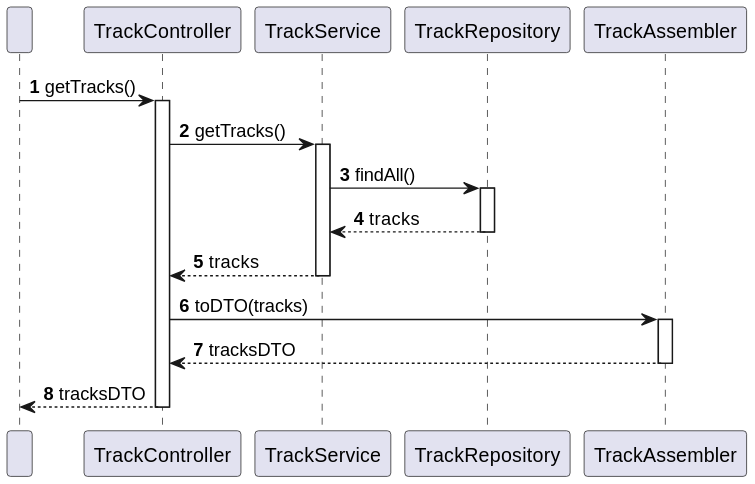
This is docs/useCases/uc01_getAllTracks/sd_uc01_v1.svg from olivDiogo/lap-time-simulator, a PlantUML export, as it was before one commit.
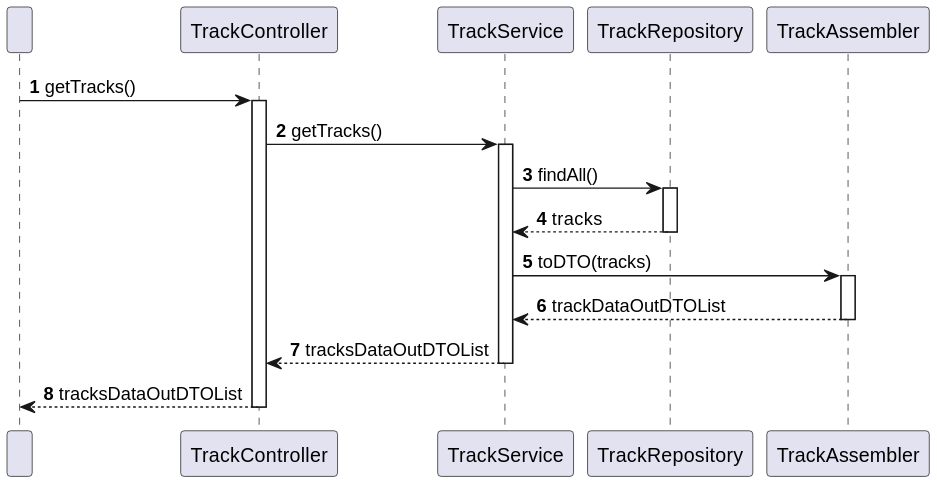
Later version of the same file.

Change to the diagram source:
```diff
@@ -21,15 +21,15 @@
 REPO --> SERV: tracks
 deactivate REPO
 
-SERV --> CTRL: tracks
+SERV -> ASSEMBLER: toDTO(tracks)
+activate ASSEMBLER
+
+ASSEMBLER --> SERV: trackDataOutDTOList
+deactivate ASSEMBLER
+
+SERV --> CTRL: tracksDataOutDTOList
 deactivate SERV
 
-CTRL -> ASSEMBLER: toDTO(tracks)
-activate ASSEMBLER
-
-ASSEMBLER --> CTRL: tracksDTO
-deactivate ASSEMBLER
-
-CTRL --> " ": tracksDTO
+CTRL --> " ": tracksDataOutDTOList
 deactivate CTRL
 @enduml
```
